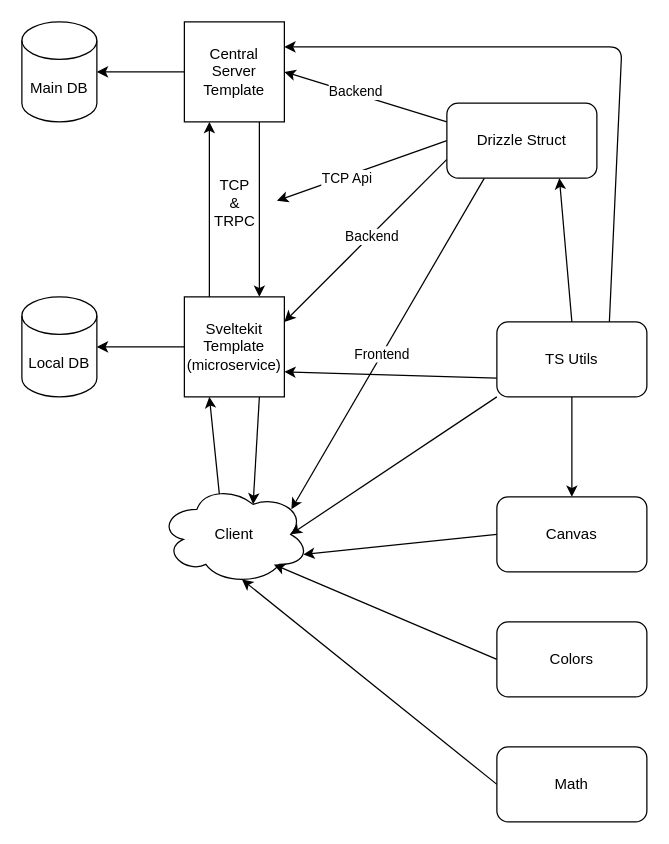
tsaxking/tators-dashboard-kit keeps this draw.io diagram as diagrams/repo.drawio. Above is the earlier version. Source tidied: cells renumbered, new cells numbered last; positions are measured from the earlier drawing's top-left corner, leaving out a move shared by most shapes. Both pictures are drawn from the tidied source at 125%, with x=0, y=0 at pixel (21, 21).
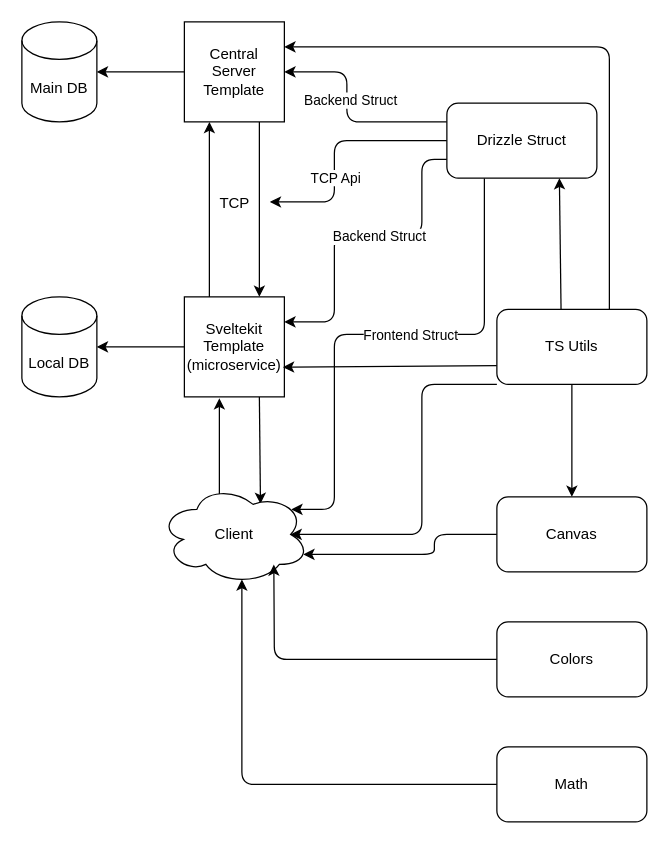
Above is the later version.

Unchanged cells that the change refers to:
```xml
<mxCell id="5" value="Sveltekit&lt;br&gt;Template&lt;br&gt;(microservice)" style="whiteSpace=wrap;html=1;" parent="1" vertex="1">
  <mxGeometry x="130" y="220" width="80" height="80" as="geometry" />
</mxCell>
<mxCell id="8" value="Central&lt;br&gt;Server&lt;br&gt;Template" style="whiteSpace=wrap;html=1;" parent="1" vertex="1">
  <mxGeometry x="130" width="80" height="80" as="geometry" />
</mxCell>
<mxCell id="20" value="Drizzle Struct" style="rounded=1;whiteSpace=wrap;html=1;" parent="1" vertex="1">
  <mxGeometry x="340" y="65" width="120" height="60" as="geometry" />
</mxCell>
<mxCell id="22" value="Client" style="ellipse;shape=cloud;whiteSpace=wrap;html=1;" parent="1" vertex="1">
  <mxGeometry x="110" y="370" width="120" height="80" as="geometry" />
</mxCell>
<mxCell id="30" value="Canvas" style="rounded=1;whiteSpace=wrap;html=1;" parent="1" vertex="1">
  <mxGeometry x="380" y="380" width="120" height="60" as="geometry" />
</mxCell>
<mxCell id="32" value="Colors" style="rounded=1;whiteSpace=wrap;html=1;" parent="1" vertex="1">
  <mxGeometry x="380" y="480" width="120" height="60" as="geometry" />
</mxCell>
<mxCell id="34" value="Math" style="rounded=1;whiteSpace=wrap;html=1;" parent="1" vertex="1">
  <mxGeometry x="380" y="580" width="120" height="60" as="geometry" />
</mxCell>
```

The edit, as a diff of the source:
```diff
@@
-    <mxCell id="4" style="edgeStyle=none;html=1;exitX=0.75;exitY=1;exitDx=0;exitDy=0;entryX=0.625;entryY=0.2;entryDx=0;entryDy=0;entryPerimeter=0;" parent="1" edge="1" source="5" target="22">
+    <mxCell id="4" style="edgeStyle=none;html=1;exitX=0.75;exitY=1;exitDx=0;exitDy=0;entryX=0.674;entryY=0.195;entryDx=0;entryDy=0;entryPerimeter=0;" parent="1" edge="1" source="5" target="22">
       <mxGeometry relative="1" as="geometry" />
     </mxCell>
@@
-    <mxCell id="11" value="TCP&lt;br&gt;&amp;amp;&lt;br&gt;TRPC" style="text;html=1;align=center;verticalAlign=middle;points=[];strokeColor=none;fillColor=none;" parent="1" vertex="1">
-      <mxGeometry x="140" y="115" width="60" height="60" as="geometry" />
+    <mxCell id="11" value="TCP" style="text;html=1;align=center;verticalAlign=middle;points=[];strokeColor=none;fillColor=none;" parent="1" vertex="1">
+      <mxGeometry x="145" y="130" width="50" height="30" as="geometry" />
     </mxCell>
     <mxCell id="12" style="edgeStyle=none;html=1;exitX=0;exitY=0.25;exitDx=0;exitDy=0;entryX=1;entryY=0.5;entryDx=0;entryDy=0;" parent="1" edge="1" source="20" target="8">
-      <mxGeometry relative="1" as="geometry" />
+      <mxGeometry relative="1" as="geometry">
+        <Array as="points">
+          <mxPoint x="260" y="80" />
+          <mxPoint x="260" y="40" />
+        </Array>
+      </mxGeometry>
     </mxCell>
-    <mxCell id="13" value="Backend" style="edgeLabel;html=1;align=center;verticalAlign=middle;" parent="12" vertex="1">
+    <mxCell id="13" value="Backend Struct" style="edgeLabel;html=1;align=center;verticalAlign=middle;" parent="12" vertex="1">
       <mxGeometry x="0.15" y="-2" relative="1" as="geometry" />
     </mxCell>
     <mxCell id="14" style="edgeStyle=none;html=1;exitX=0;exitY=0.75;exitDx=0;exitDy=0;entryX=1;entryY=0.25;entryDx=0;entryDy=0;" parent="1" edge="1" source="20" target="5">
       <mxGeometry relative="1" as="geometry">
         <Array as="points">
-          <mxPoint x="270" y="180" />
+          <mxPoint x="320" y="110" />
+          <mxPoint x="320" y="170" />
+          <mxPoint x="280" y="170" />
+          <mxPoint x="250" y="170" />
+          <mxPoint x="250" y="240" />
         </Array>
       </mxGeometry>
     </mxCell>
-    <mxCell id="15" value="Backend" style="edgeLabel;html=1;align=center;verticalAlign=middle;" parent="14" vertex="1">
-      <mxGeometry x="-0.06" y="1" relative="1" as="geometry" />
+    <mxCell id="15" value="Backend Struct" style="edgeLabel;html=1;align=center;verticalAlign=middle;" parent="14" vertex="1">
+      <mxGeometry x="-0.06" y="1" relative="1" as="geometry">
+        <mxPoint x="7" as="offset" />
+      </mxGeometry>
     </mxCell>
     <mxCell id="16" style="edgeStyle=none;html=1;exitX=0.25;exitY=1;exitDx=0;exitDy=0;entryX=0.88;entryY=0.25;entryDx=0;entryDy=0;entryPerimeter=0;" parent="1" edge="1" source="20" target="22">
-      <mxGeometry relative="1" as="geometry" />
+      <mxGeometry relative="1" as="geometry">
+        <Array as="points">
+          <mxPoint x="370" y="250" />
+          <mxPoint x="250" y="250" />
+          <mxPoint x="250" y="390" />
+        </Array>
+      </mxGeometry>
     </mxCell>
-    <mxCell id="17" value="Frontend" style="edgeLabel;html=1;align=center;verticalAlign=middle;" parent="16" vertex="1">
-      <mxGeometry x="0.06" relative="1" as="geometry" />
+    <mxCell id="17" value="Frontend Struct" style="edgeLabel;html=1;align=center;verticalAlign=middle;" parent="16" vertex="1">
+      <mxGeometry x="0.06" relative="1" as="geometry">
+        <mxPoint x="37" as="offset" />
+      </mxGeometry>
     </mxCell>
     <mxCell id="18" style="edgeStyle=none;html=1;exitX=0;exitY=0.5;exitDx=0;exitDy=0;entryX=1.068;entryY=0.468;entryDx=0;entryDy=0;entryPerimeter=0;" parent="1" edge="1" source="20" target="11">
-      <mxGeometry relative="1" as="geometry" />
+      <mxGeometry relative="1" as="geometry">
+        <Array as="points">
+          <mxPoint x="250" y="95" />
+          <mxPoint x="250" y="144" />
+        </Array>
+      </mxGeometry>
     </mxCell>
     <mxCell id="19" value="TCP Api" style="edgeLabel;html=1;align=center;verticalAlign=middle;" parent="18" vertex="1">
       <mxGeometry x="0.44" y="-2" relative="1" as="geometry">
-        <mxPoint x="18" y="-3" as="offset" />
+        <mxPoint x="2" y="-18" as="offset" />
       </mxGeometry>
     </mxCell>
@@
-    <mxCell id="21" style="edgeStyle=none;html=1;exitX=0.4;exitY=0.1;exitDx=0;exitDy=0;exitPerimeter=0;entryX=0.25;entryY=1;entryDx=0;entryDy=0;" parent="1" edge="1" source="22" target="5">
+    <mxCell id="21" style="edgeStyle=none;html=1;exitX=0.4;exitY=0.1;exitDx=0;exitDy=0;exitPerimeter=0;entryX=0.35;entryY=1.014;entryDx=0;entryDy=0;entryPerimeter=0;" parent="1" edge="1" source="22" target="5">
       <mxGeometry relative="1" as="geometry" />
     </mxCell>
@@
-    <mxCell id="23" style="edgeStyle=none;html=1;exitX=0.5;exitY=0;exitDx=0;exitDy=0;entryX=0.75;entryY=1;entryDx=0;entryDy=0;" parent="1" edge="1" source="28" target="20">
+    <mxCell id="23" style="edgeStyle=none;html=1;exitX=0.428;exitY=0.021;exitDx=0;exitDy=0;entryX=0.75;entryY=1;entryDx=0;entryDy=0;exitPerimeter=0;" parent="1" edge="1" source="28" target="20">
       <mxGeometry relative="1" as="geometry" />
     </mxCell>
-    <mxCell id="24" style="edgeStyle=none;html=1;exitX=0;exitY=0.75;exitDx=0;exitDy=0;entryX=1;entryY=0.75;entryDx=0;entryDy=0;" parent="1" edge="1" source="28" target="5">
+    <mxCell id="24" style="edgeStyle=none;html=1;exitX=0;exitY=0.75;exitDx=0;exitDy=0;entryX=0.986;entryY=0.703;entryDx=0;entryDy=0;entryPerimeter=0;" parent="1" edge="1" source="28" target="5">
       <mxGeometry relative="1" as="geometry" />
     </mxCell>
     <mxCell id="25" style="edgeStyle=none;html=1;exitX=0;exitY=1;exitDx=0;exitDy=0;entryX=0.875;entryY=0.5;entryDx=0;entryDy=0;entryPerimeter=0;" parent="1" edge="1" source="28" target="22">
-      <mxGeometry relative="1" as="geometry" />
+      <mxGeometry relative="1" as="geometry">
+        <Array as="points">
+          <mxPoint x="320" y="290" />
+          <mxPoint x="320" y="410" />
+        </Array>
+      </mxGeometry>
     </mxCell>
     <mxCell id="26" style="edgeStyle=none;html=1;exitX=0.75;exitY=0;exitDx=0;exitDy=0;entryX=1;entryY=0.25;entryDx=0;entryDy=0;" parent="1" edge="1" source="28" target="8">
       <mxGeometry relative="1" as="geometry">
         <Array as="points">
-          <mxPoint x="480" y="20" />
+          <mxPoint x="470" y="20" />
         </Array>
       </mxGeometry>
     </mxCell>
@@
     <mxCell id="28" value="TS Utils" style="rounded=1;whiteSpace=wrap;html=1;" parent="1" vertex="1">
-      <mxGeometry x="380" y="240" width="120" height="60" as="geometry" />
+      <mxGeometry x="380" y="230" width="120" height="60" as="geometry" />
     </mxCell>
     <mxCell id="29" style="edgeStyle=none;html=1;exitX=0;exitY=0.5;exitDx=0;exitDy=0;entryX=0.96;entryY=0.7;entryDx=0;entryDy=0;entryPerimeter=0;" parent="1" edge="1" source="30" target="22">
-      <mxGeometry relative="1" as="geometry" />
+      <mxGeometry relative="1" as="geometry">
+        <Array as="points">
+          <mxPoint x="330" y="410" />
+          <mxPoint x="330" y="426" />
+        </Array>
+      </mxGeometry>
     </mxCell>
@@
     <mxCell id="31" style="edgeStyle=none;html=1;exitX=0;exitY=0.5;exitDx=0;exitDy=0;entryX=0.763;entryY=0.802;entryDx=0;entryDy=0;entryPerimeter=0;" parent="1" edge="1" source="32" target="22">
-      <mxGeometry relative="1" as="geometry" />
+      <mxGeometry relative="1" as="geometry">
+        <Array as="points">
+          <mxPoint x="330" y="510" />
+          <mxPoint x="202" y="510" />
+        </Array>
+      </mxGeometry>
     </mxCell>
@@
     <mxCell id="33" style="edgeStyle=none;html=1;exitX=0;exitY=0.5;exitDx=0;exitDy=0;entryX=0.55;entryY=0.95;entryDx=0;entryDy=0;entryPerimeter=0;" parent="1" edge="1" source="34" target="22">
-      <mxGeometry relative="1" as="geometry" />
+      <mxGeometry relative="1" as="geometry">
+        <Array as="points">
+          <mxPoint x="176" y="610" />
+        </Array>
+      </mxGeometry>
     </mxCell>
```
